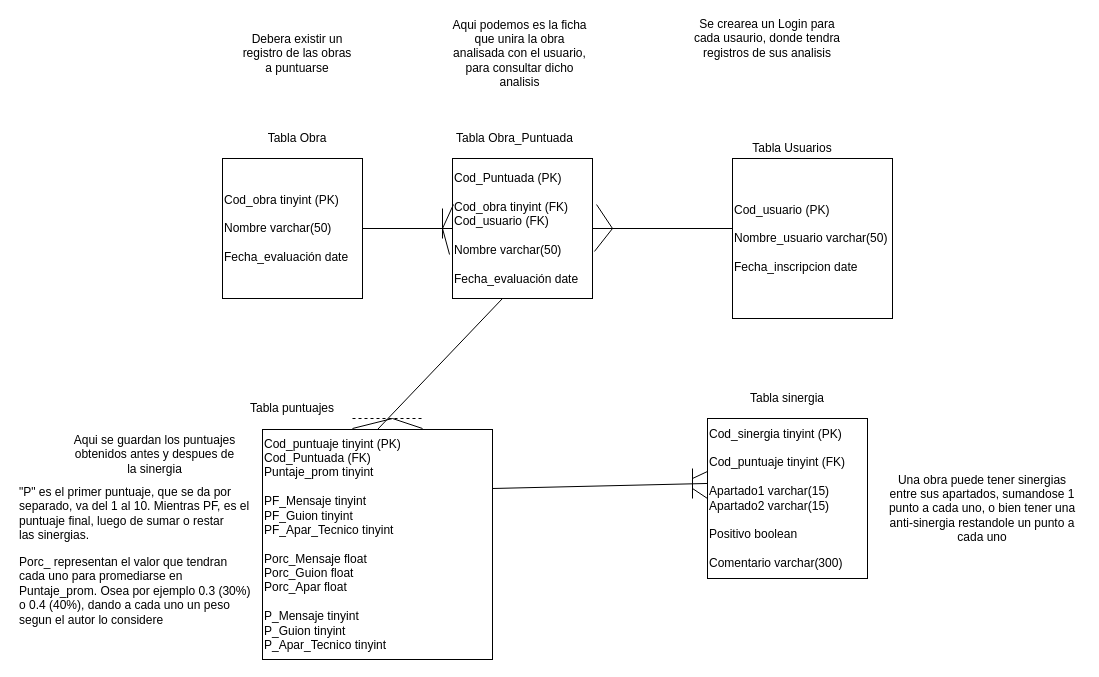
Before: BD criticas.drawio in MrUshuario/Codigo-de-criticas, a draw.io diagram. Source tidied: cells renumbered, new cells numbered last; positions are measured from the earlier drawing's top-left corner, leaving out a move shared by most shapes. Both pictures are drawn from the tidied source at 100%, with x=0, y=0 at pixel (17, 18).
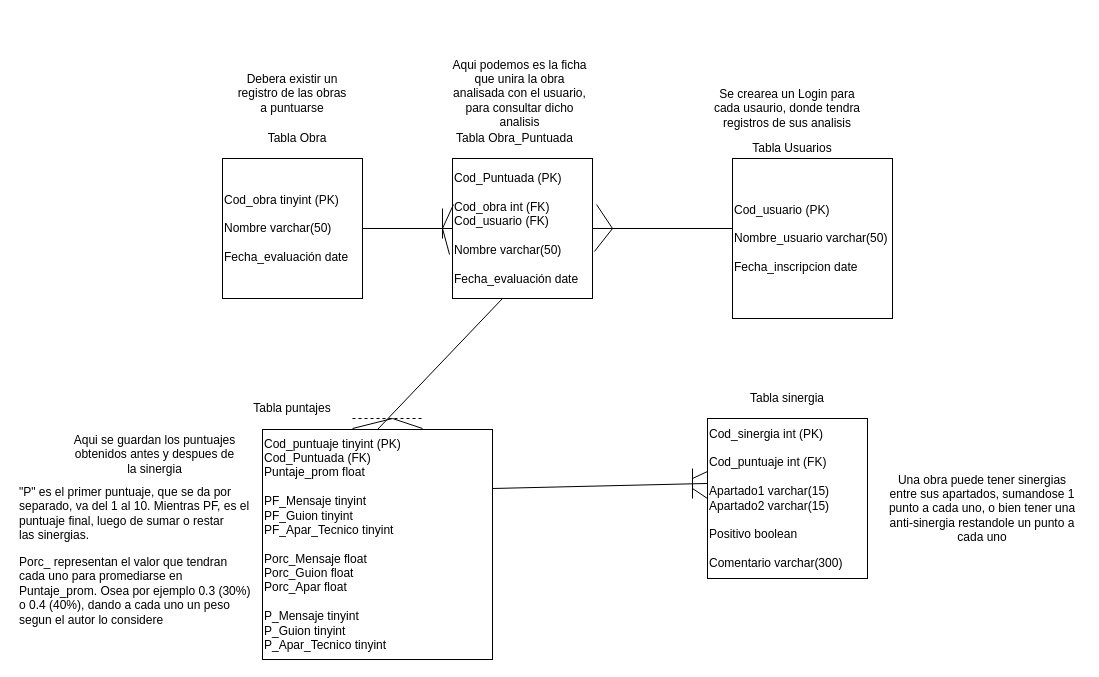
Above is the later version.

The edit, as a diff of the source:
```diff
@@
-    <mxCell id="2" value="&lt;div align=&quot;left&quot;&gt;Cod_puntuaje tinyint (PK)&lt;br&gt;&lt;/div&gt;&lt;div align=&quot;left&quot;&gt;Cod_Puntuada (FK)&lt;br&gt;&lt;/div&gt;&lt;div align=&quot;left&quot;&gt;Puntaje_prom tinyint&lt;/div&gt;&lt;div align=&quot;left&quot;&gt;&lt;br&gt;&lt;/div&gt;&lt;div align=&quot;left&quot;&gt;PF_Mensaje tinyint&lt;br&gt;&lt;/div&gt;&lt;div align=&quot;left&quot;&gt;PF_Guion tinyint&lt;br&gt;&lt;/div&gt;&lt;div align=&quot;left&quot;&gt;PF_Apar_Tecnico tinyint&lt;/div&gt;&lt;div align=&quot;left&quot;&gt;&lt;br&gt;&lt;/div&gt;&lt;div align=&quot;left&quot;&gt;Porc_Mensaje float&lt;/div&gt;&lt;div align=&quot;left&quot;&gt;Porc_Guion float&lt;/div&gt;&lt;div align=&quot;left&quot;&gt;Porc_Apar float&lt;br&gt;&lt;/div&gt;&lt;div align=&quot;left&quot;&gt;&lt;br&gt;&lt;/div&gt;&lt;div align=&quot;left&quot;&gt;P_Mensaje tinyint&lt;/div&gt;&lt;div align=&quot;left&quot;&gt;P_Guion tinyint&lt;/div&gt;&lt;div align=&quot;left&quot;&gt;P_Apar_Tecnico tinyint&lt;br&gt;&lt;/div&gt;" style="whiteSpace=wrap;html=1;align=left;" parent="1" vertex="1">
+    <mxCell id="2" value="&lt;div align=&quot;left&quot;&gt;Cod_puntuaje tinyint (PK)&lt;br&gt;&lt;/div&gt;&lt;div align=&quot;left&quot;&gt;Cod_Puntuada (FK)&lt;br&gt;&lt;/div&gt;&lt;div align=&quot;left&quot;&gt;Puntaje_prom float&lt;br&gt;&lt;/div&gt;&lt;div align=&quot;left&quot;&gt;&lt;br&gt;&lt;/div&gt;&lt;div align=&quot;left&quot;&gt;PF_Mensaje tinyint&lt;br&gt;&lt;/div&gt;&lt;div align=&quot;left&quot;&gt;PF_Guion tinyint&lt;br&gt;&lt;/div&gt;&lt;div align=&quot;left&quot;&gt;PF_Apar_Tecnico tinyint&lt;/div&gt;&lt;div align=&quot;left&quot;&gt;&lt;br&gt;&lt;/div&gt;&lt;div align=&quot;left&quot;&gt;Porc_Mensaje float&lt;/div&gt;&lt;div align=&quot;left&quot;&gt;Porc_Guion float&lt;/div&gt;&lt;div align=&quot;left&quot;&gt;Porc_Apar float&lt;br&gt;&lt;/div&gt;&lt;div align=&quot;left&quot;&gt;&lt;br&gt;&lt;/div&gt;&lt;div align=&quot;left&quot;&gt;P_Mensaje tinyint&lt;/div&gt;&lt;div align=&quot;left&quot;&gt;P_Guion tinyint&lt;/div&gt;&lt;div align=&quot;left&quot;&gt;P_Apar_Tecnico tinyint&lt;br&gt;&lt;/div&gt;" style="whiteSpace=wrap;html=1;align=left;" parent="1" vertex="1">
       <mxGeometry x="245" y="411" width="230" height="230" as="geometry" />
     </mxCell>
-    <mxCell id="3" value="Tabla puntuajes" style="text;html=1;strokeColor=none;fillColor=none;align=center;verticalAlign=middle;whiteSpace=wrap;rounded=0;" parent="1" vertex="1">
+    <mxCell id="3" value="Tabla puntajes" style="text;html=1;strokeColor=none;fillColor=none;align=center;verticalAlign=middle;whiteSpace=wrap;rounded=0;" parent="1" vertex="1">
       <mxGeometry x="230" y="380" width="90" height="20" as="geometry" />
     </mxCell>
@@
-    <mxCell id="8" value="&lt;div align=&quot;left&quot;&gt;Cod_sinergia tinyint (PK)&lt;br&gt;&lt;/div&gt;&lt;div align=&quot;left&quot;&gt;&lt;br&gt;&lt;/div&gt;&lt;div align=&quot;left&quot;&gt;Cod_puntuaje tinyint (FK)&lt;/div&gt;&lt;div align=&quot;left&quot;&gt;&lt;br&gt;&lt;/div&gt;&lt;div align=&quot;left&quot;&gt;Apartado1 varchar(15)&lt;/div&gt;&lt;div align=&quot;left&quot;&gt;Apartado2 varchar(15)&lt;br&gt;&lt;/div&gt;&lt;div align=&quot;left&quot;&gt;&lt;br&gt;&lt;/div&gt;&lt;div align=&quot;left&quot;&gt;Positivo boolean&lt;br&gt;&lt;/div&gt;&lt;div align=&quot;left&quot;&gt;&lt;br&gt;&lt;/div&gt;&lt;div align=&quot;left&quot;&gt;Comentario varchar(300)&lt;br&gt;&lt;/div&gt;" style="whiteSpace=wrap;html=1;align=left;" parent="1" vertex="1">
+    <mxCell id="8" value="&lt;div align=&quot;left&quot;&gt;Cod_sinergia int (PK)&lt;br&gt;&lt;/div&gt;&lt;div align=&quot;left&quot;&gt;&lt;br&gt;&lt;/div&gt;&lt;div align=&quot;left&quot;&gt;Cod_puntuaje int (FK)&lt;/div&gt;&lt;div align=&quot;left&quot;&gt;&lt;br&gt;&lt;/div&gt;&lt;div align=&quot;left&quot;&gt;Apartado1 varchar(15)&lt;/div&gt;&lt;div align=&quot;left&quot;&gt;Apartado2 varchar(15)&lt;br&gt;&lt;/div&gt;&lt;div align=&quot;left&quot;&gt;&lt;br&gt;&lt;/div&gt;&lt;div align=&quot;left&quot;&gt;Positivo boolean&lt;br&gt;&lt;/div&gt;&lt;div align=&quot;left&quot;&gt;&lt;br&gt;&lt;/div&gt;&lt;div align=&quot;left&quot;&gt;Comentario varchar(300)&lt;br&gt;&lt;/div&gt;" style="whiteSpace=wrap;html=1;align=left;" parent="1" vertex="1">
       <mxGeometry x="690" y="400" width="160" height="160" as="geometry" />
     </mxCell>
@@
-    <mxCell id="12" value="&lt;div align=&quot;left&quot;&gt;Cod_Puntuada (PK)&lt;br&gt;&lt;/div&gt;&lt;div align=&quot;left&quot;&gt;&lt;br&gt;&lt;/div&gt;&lt;div align=&quot;left&quot;&gt;Cod_obra tinyint (FK)&lt;/div&gt;&lt;div align=&quot;left&quot;&gt;Cod_usuario (FK)&lt;br&gt;&lt;/div&gt;&lt;div align=&quot;left&quot;&gt;&lt;br&gt;&lt;/div&gt;&lt;div align=&quot;left&quot;&gt;Nombre varchar(50)&lt;/div&gt;&lt;div align=&quot;left&quot;&gt;&lt;br&gt;&lt;/div&gt;&lt;div align=&quot;left&quot;&gt;Fecha_evaluación date&lt;br&gt;&lt;/div&gt;" style="whiteSpace=wrap;html=1;align=left;" parent="1" vertex="1">
+    <mxCell id="12" value="&lt;div align=&quot;left&quot;&gt;Cod_Puntuada (PK)&lt;br&gt;&lt;/div&gt;&lt;div align=&quot;left&quot;&gt;&lt;br&gt;&lt;/div&gt;&lt;div align=&quot;left&quot;&gt;Cod_obra int (FK)&lt;/div&gt;&lt;div align=&quot;left&quot;&gt;Cod_usuario (FK)&lt;br&gt;&lt;/div&gt;&lt;div align=&quot;left&quot;&gt;&lt;br&gt;&lt;/div&gt;&lt;div align=&quot;left&quot;&gt;Nombre varchar(50)&lt;/div&gt;&lt;div align=&quot;left&quot;&gt;&lt;br&gt;&lt;/div&gt;&lt;div align=&quot;left&quot;&gt;Fecha_evaluación date&lt;br&gt;&lt;/div&gt;" style="whiteSpace=wrap;html=1;align=left;" parent="1" vertex="1">
       <mxGeometry x="435" y="140" width="140" height="140" as="geometry" />
     </mxCell>
@@
     <mxCell id="20" value="Se crearea un Login para cada usaurio, donde tendra registros de sus analisis" style="text;html=1;strokeColor=none;fillColor=none;align=center;verticalAlign=middle;whiteSpace=wrap;rounded=0;" parent="1" vertex="1">
-      <mxGeometry x="675" width="150" height="40" as="geometry" />
+      <mxGeometry x="695" y="70" width="150" height="40" as="geometry" />
     </mxCell>
@@
     <mxCell id="22" value="Debera existir un registro de las obras a puntuarse" style="text;html=1;strokeColor=none;fillColor=none;align=center;verticalAlign=middle;whiteSpace=wrap;rounded=0;" parent="1" vertex="1">
-      <mxGeometry x="220" y="10" width="120" height="50" as="geometry" />
+      <mxGeometry x="215" y="50" width="120" height="50" as="geometry" />
     </mxCell>
@@
     <mxCell id="26" value="Aqui podemos es la ficha que unira la obra analisada con el usuario, para consultar dicho analisis" style="text;html=1;strokeColor=none;fillColor=none;align=center;verticalAlign=middle;whiteSpace=wrap;rounded=0;" parent="1" vertex="1">
-      <mxGeometry x="430" y="10" width="145" height="50" as="geometry" />
+      <mxGeometry x="430" y="50" width="145" height="50" as="geometry" />
     </mxCell>
```
